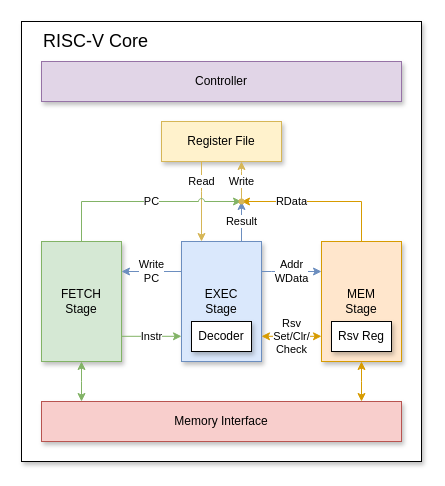
Above: doc/drawio/block-diagram.drawio in minhcly95/riscv_machine (draw.io), before the change. Source tidied: cells renumbered, new cells numbered last; positions are measured from the earlier drawing's top-left corner, leaving out a move shared by most shapes. Both pictures are drawn from the tidied source at 100%, with x=0, y=0 at pixel (21, 21).
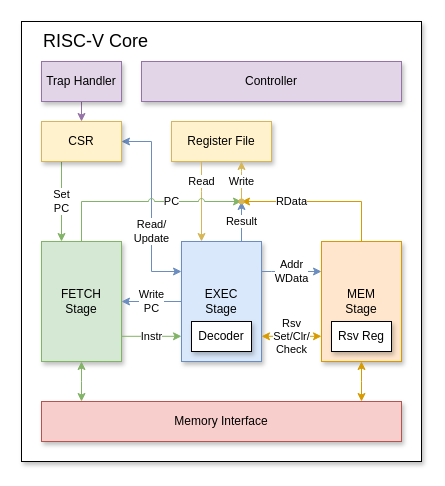
The same page after the edit.

Commit message (it also covers changes not shown here):
docs: extend core.md to include CSR and trap handler

Unchanged cells that the change refers to:
```xml
<mxCell id="3" value="FETCH&lt;br&gt;Stage" style="rounded=0;whiteSpace=wrap;html=1;fillColor=#d5e8d4;strokeColor=#82b366;shadow=1;" parent="1" vertex="1">
  <mxGeometry x="20" y="220" width="80" height="120" as="geometry" />
</mxCell>
<mxCell id="4" value="EXEC&lt;br&gt;Stage" style="rounded=0;whiteSpace=wrap;html=1;fillColor=#dae8fc;strokeColor=#6c8ebf;shadow=1;" parent="1" vertex="1">
  <mxGeometry x="160" y="220" width="80" height="120" as="geometry" />
</mxCell>
<mxCell id="18" style="shape=waypoint;sketch=0;fillStyle=solid;size=6;points=[];fillColor=#fff2cc;perimeter=centerPerimeter;snapToPoint=1;strokeColor=#d6b656;" parent="1" vertex="1">
  <mxGeometry x="210" y="170" width="20" height="20" as="geometry" />
</mxCell>
```

Change to the diagram source:
```diff
@@
+    <mxCell id="24" value="Read/&lt;br&gt;Update" style="edgeStyle=orthogonalEdgeStyle;rounded=0;jettySize=auto;html=1;exitX=0;exitY=0.25;exitDx=0;exitDy=0;entryX=1;entryY=0.5;entryDx=0;entryDy=0;fillColor=#dae8fc;strokeColor=#6c8ebf;startArrow=classic;startFill=1;" parent="1" edge="1" source="4" target="26">
+      <mxGeometry x="-0.26" relative="1" as="geometry" />
+    </mxCell>
@@
     <mxCell id="7" value="Register File" style="rounded=0;whiteSpace=wrap;html=1;fillColor=#fff2cc;strokeColor=#d6b656;shadow=1;" parent="1" vertex="1">
-      <mxGeometry x="140" y="100" width="120" height="40" as="geometry" />
+      <mxGeometry x="150" y="100" width="100" height="40" as="geometry" />
     </mxCell>
@@
-    <mxCell id="12" value="Write&lt;br&gt;PC" style="edgeStyle=orthogonalEdgeStyle;rounded=0;jettySize=auto;html=1;exitX=0;exitY=0.25;exitDx=0;exitDy=0;entryX=1;entryY=0.25;entryDx=0;entryDy=0;fillColor=#dae8fc;strokeColor=#6c8ebf;" parent="1" edge="1" source="4" target="3">
+    <mxCell id="12" value="Write&lt;br&gt;PC" style="edgeStyle=orthogonalEdgeStyle;rounded=0;jettySize=auto;html=1;exitX=0;exitY=0.5;exitDx=0;exitDy=0;entryX=1;entryY=0.5;entryDx=0;entryDy=0;fillColor=#dae8fc;strokeColor=#6c8ebf;" parent="1" edge="1" source="4" target="3">
       <mxGeometry relative="1" as="geometry" />
     </mxCell>
@@
     <mxCell id="17" value="PC" style="edgeStyle=orthogonalEdgeStyle;rounded=0;jettySize=auto;html=1;exitX=0.5;exitY=0;exitDx=0;exitDy=0;endArrow=classic;endFill=1;fillColor=#d5e8d4;strokeColor=#82b366;jumpStyle=arc;" parent="1" edge="1" source="3" target="18">
-      <mxGeometry x="0.1" relative="1" as="geometry">
+      <mxGeometry x="0.3" relative="1" as="geometry">
         <Array as="points">
           <mxPoint x="60" y="180" />
         </Array>
       </mxGeometry>
     </mxCell>
@@
     <mxCell id="19" value="Controller" style="rounded=0;whiteSpace=wrap;html=1;fillColor=#e1d5e7;strokeColor=#9673a6;shadow=1;" parent="1" vertex="1">
-      <mxGeometry x="20" y="40" width="360" height="40" as="geometry" />
+      <mxGeometry x="120" y="40" width="260" height="40" as="geometry" />
     </mxCell>
@@
+    <mxCell id="25" value="Set&lt;br&gt;PC" style="edgeStyle=orthogonalEdgeStyle;rounded=0;jettySize=auto;html=1;exitX=0.25;exitY=1;exitDx=0;exitDy=0;entryX=0.25;entryY=0;entryDx=0;entryDy=0;fillColor=#d5e8d4;strokeColor=#82b366;" parent="1" edge="1" source="26" target="3">
+      <mxGeometry relative="1" as="geometry" />
+    </mxCell>
+    <mxCell id="26" value="CSR" style="rounded=0;whiteSpace=wrap;html=1;fillColor=#fff2cc;strokeColor=#d6b656;shadow=1;" parent="1" vertex="1">
+      <mxGeometry x="20" y="100" width="80" height="40" as="geometry" />
+    </mxCell>
+    <mxCell id="27" style="edgeStyle=orthogonalEdgeStyle;rounded=0;jettySize=auto;html=1;exitX=0.5;exitY=1;exitDx=0;exitDy=0;entryX=0.5;entryY=0;entryDx=0;entryDy=0;fillColor=#e1d5e7;strokeColor=#9673a6;" parent="1" edge="1" source="28" target="26">
+      <mxGeometry relative="1" as="geometry" />
+    </mxCell>
+    <mxCell id="28" value="Trap Handler" style="rounded=0;whiteSpace=wrap;html=1;fillColor=#e1d5e7;strokeColor=#9673a6;shadow=1;" parent="1" vertex="1">
+      <mxGeometry x="20" y="40" width="80" height="40" as="geometry" />
+    </mxCell>
```
